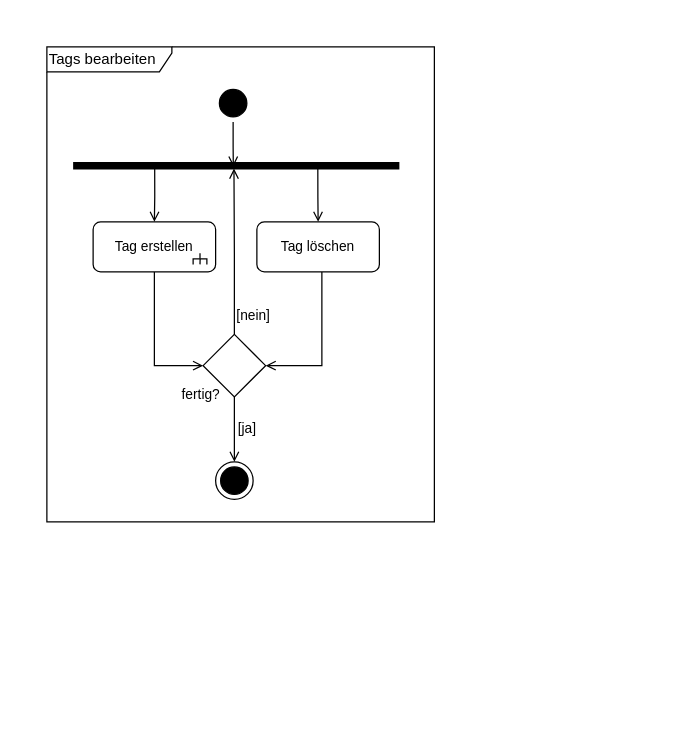
Before: 4_Entwurf/4_UML/4_UML_Aktivitätsdiagramme/Tags bearbeiten.drawio in annikalenneper/praxisprojekt_mi_bachelor_SoSe24, a draw.io diagram. Source tidied: cells renumbered, new cells numbered last; positions are measured from the earlier drawing's top-left corner, leaving out a move shared by most shapes. Both pictures are drawn from the tidied source at 125%, with x=0, y=0 at pixel (46, 46).
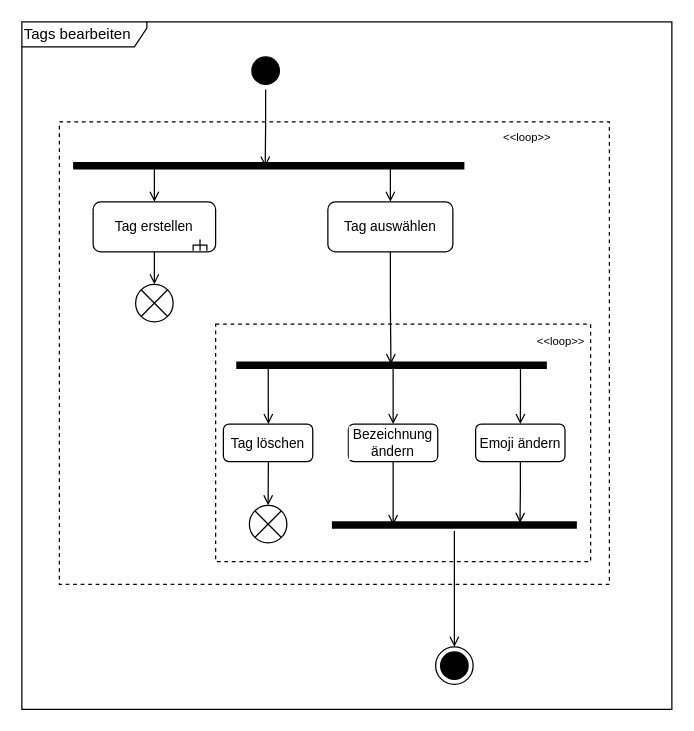
The same page after the edit.

Commit message:
changed decision/ merge to fork/ join

Change to the diagram source:
```diff
@@
-    <mxCell id="2" style="edgeStyle=orthogonalEdgeStyle;rounded=0;jettySize=auto;html=1;strokeColor=default;align=center;verticalAlign=middle;fontFamily=Helvetica;fontSize=11;fontColor=default;labelBackgroundColor=default;endArrow=open;endFill=0;entryX=0.507;entryY=0.267;entryDx=0;entryDy=0;entryPerimeter=0;" parent="1" edge="1" source="4" target="20">
-      <mxGeometry relative="1" as="geometry" />
-    </mxCell>
-    <mxCell id="3" style="edgeStyle=orthogonalEdgeStyle;rounded=0;jettySize=auto;html=1;entryX=0.5;entryY=0;entryDx=0;entryDy=0;strokeColor=default;align=center;verticalAlign=middle;fontFamily=Helvetica;fontSize=11;fontColor=default;labelBackgroundColor=default;endArrow=open;endFill=0;" parent="1" edge="1" source="4" target="16">
-      <mxGeometry relative="1" as="geometry" />
-    </mxCell>
-    <mxCell id="4" style="rhombus;whiteSpace=wrap;html=1;" parent="1" vertex="1">
-      <mxGeometry x="125" y="230" width="50" height="50" as="geometry" />
-    </mxCell>
-    <mxCell id="5" style="edgeStyle=orthogonalEdgeStyle;rounded=0;jettySize=auto;html=1;entryX=1;entryY=0.5;entryDx=0;entryDy=0;strokeColor=default;align=center;verticalAlign=middle;fontFamily=Helvetica;fontSize=11;fontColor=default;labelBackgroundColor=default;endArrow=open;endFill=0;" parent="1" edge="1" source="6" target="4">
-      <mxGeometry relative="1" as="geometry">
-        <Array as="points">
-          <mxPoint x="220" y="255" />
-        </Array>
-      </mxGeometry>
-    </mxCell>
-    <mxCell id="6" value="Tag löschen" style="rounded=1;whiteSpace=wrap;html=1;fontFamily=Helvetica;fontSize=11;fontColor=default;labelBackgroundColor=default;" parent="1" vertex="1">
-      <mxGeometry x="168" y="140" width="98" height="40" as="geometry" />
-    </mxCell>
-    <mxCell id="7" style="edgeStyle=orthogonalEdgeStyle;rounded=0;jettySize=auto;html=1;entryX=0;entryY=0.5;entryDx=0;entryDy=0;strokeColor=default;align=center;verticalAlign=middle;fontFamily=Helvetica;fontSize=11;fontColor=default;labelBackgroundColor=default;endArrow=open;endFill=0;" parent="1" edge="1" source="8" target="4">
-      <mxGeometry relative="1" as="geometry">
-        <Array as="points">
-          <mxPoint x="86" y="255" />
-        </Array>
-      </mxGeometry>
-    </mxCell>
+    <mxCell id="21" style="fontStyle=0;dashed=1;html=1;whiteSpace=wrap;fontFamily=Helvetica;fontSize=11;fontColor=default;labelBackgroundColor=none;textOpacity=0;fillColor=none;" parent="1" vertex="1">
+      <mxGeometry x="10" y="60" width="440" height="370" as="geometry" />
+    </mxCell>
+    <mxCell id="22" style="fontStyle=0;dashed=1;html=1;whiteSpace=wrap;fontFamily=Helvetica;fontSize=11;fontColor=default;labelBackgroundColor=none;textOpacity=0;fillColor=none;" parent="1" vertex="1">
+      <mxGeometry x="135" y="221.8" width="300" height="190" as="geometry" />
+    </mxCell>
+    <mxCell id="23" style="edgeStyle=orthogonalEdgeStyle;rounded=0;jettySize=auto;html=1;entryX=0.5;entryY=0;entryDx=0;entryDy=0;strokeColor=default;align=center;verticalAlign=middle;fontFamily=Helvetica;fontSize=11;fontColor=default;labelBackgroundColor=default;endArrow=open;endFill=0;" parent="1" edge="1" source="8" target="26">
+      <mxGeometry relative="1" as="geometry" />
+    </mxCell>
     <mxCell id="8" value="Tag erstellen" style="rounded=1;whiteSpace=wrap;html=1;fontFamily=Helvetica;fontSize=11;fontColor=default;labelBackgroundColor=default;" parent="1" vertex="1">
-      <mxGeometry x="37" y="140" width="98" height="40" as="geometry" />
+      <mxGeometry x="37" y="124" width="98" height="40" as="geometry" />
     </mxCell>
-    <mxCell id="9" value="fertig?" style="text;html=1;align=center;verticalAlign=middle;strokeColor=none;fillColor=none;fontFamily=Helvetica;fontSize=11;fontColor=default;labelBackgroundColor=default;" parent="1" vertex="1">
-      <mxGeometry x="98" y="263" width="50" height="30" as="geometry" />
-    </mxCell>
-    <mxCell id="10" value="[nein]" style="text;html=1;align=center;verticalAlign=middle;strokeColor=none;fillColor=none;fontFamily=Helvetica;fontSize=11;fontColor=default;labelBackgroundColor=default;" parent="1" vertex="1">
-      <mxGeometry x="140" y="200" width="50" height="30" as="geometry" />
-    </mxCell>
     <mxCell id="11" style="strokeWidth=1;html=1;shape=mxgraph.flowchart.annotation_2;align=left;labelPosition=right;rotation=90;fontFamily=Helvetica;fontSize=11;fontColor=default;labelBackgroundColor=default;" parent="1" vertex="1">
-      <mxGeometry x="118" y="164" width="9" height="11" as="geometry" />
+      <mxGeometry x="118" y="153" width="9" height="11" as="geometry" />
     </mxCell>
@@
     <mxCell id="13" value="Tags bearbeiten" style="shape=umlFrame;whiteSpace=wrap;html=1;width=100;height=20;align=left;" parent="1" vertex="1">
-      <mxGeometry width="310" height="380" as="geometry" />
+      <mxGeometry x="-20" y="-20" width="520" height="550" as="geometry" />
     </mxCell>
@@
     <mxCell id="15" style="ellipse;html=1;shape=startState;fillColor=#000000;strokeColor=#000000;" parent="1" vertex="1">
-      <mxGeometry x="134" y="30" width="30" height="30" as="geometry" />
+      <mxGeometry x="160" y="4" width="30" height="30" as="geometry" />
     </mxCell>
     <mxCell id="16" style="ellipse;html=1;shape=endState;fillColor=#000000;strokeColor=#000000;fontFamily=Helvetica;fontSize=11;fontColor=default;labelBackgroundColor=default;" parent="1" vertex="1">
-      <mxGeometry x="135" y="332" width="30" height="30" as="geometry" />
+      <mxGeometry x="311" y="480" width="30" height="30" as="geometry" />
     </mxCell>
-    <mxCell id="17" value="[ja]" style="text;html=1;align=center;verticalAlign=middle;strokeColor=none;fillColor=none;fontFamily=Helvetica;fontSize=11;fontColor=default;labelBackgroundColor=default;" parent="1" vertex="1">
-      <mxGeometry x="140" y="290" width="40" height="30" as="geometry" />
-    </mxCell>
-    <mxCell id="18" style="edgeStyle=orthogonalEdgeStyle;rounded=0;jettySize=auto;html=1;exitX=0.25;exitY=0.5;exitDx=0;exitDy=0;exitPerimeter=0;entryX=0.5;entryY=0;entryDx=0;entryDy=0;strokeColor=default;align=center;verticalAlign=middle;fontFamily=Helvetica;fontSize=11;fontColor=default;labelBackgroundColor=default;endArrow=open;endFill=0;" parent="1" edge="1" source="20" target="6">
-      <mxGeometry relative="1" as="geometry" />
-    </mxCell>
@@
+    <mxCell id="24" style="edgeStyle=orthogonalEdgeStyle;rounded=0;jettySize=auto;html=1;exitX=0.25;exitY=0.5;exitDx=0;exitDy=0;exitPerimeter=0;entryX=0.5;entryY=0;entryDx=0;entryDy=0;strokeColor=default;align=center;verticalAlign=middle;fontFamily=Helvetica;fontSize=11;fontColor=default;labelBackgroundColor=default;endArrow=open;endFill=0;" parent="1" edge="1" source="20" target="25">
+      <mxGeometry relative="1" as="geometry" />
+    </mxCell>
     <mxCell id="20" style="shape=line;html=1;strokeWidth=6;strokeColor=#000000;fillColor=#000000;fontFamily=Helvetica;fontSize=11;fontColor=default;labelBackgroundColor=default;rotation=-180;" parent="1" vertex="1">
-      <mxGeometry x="21" y="90" width="261" height="10" as="geometry" />
+      <mxGeometry x="21" y="90" width="313" height="10" as="geometry" />
     </mxCell>
+    <mxCell id="25" value="Tag auswählen" style="rounded=1;whiteSpace=wrap;html=1;fontFamily=Helvetica;fontSize=11;fontColor=default;labelBackgroundColor=default;" parent="1" vertex="1">
+      <mxGeometry x="224.8" y="124" width="100" height="40" as="geometry" />
+    </mxCell>
+    <mxCell id="26" style="shape=sumEllipse;perimeter=ellipsePerimeter;html=1;backgroundOutline=1;fontFamily=Helvetica;fontSize=11;fontColor=default;labelBackgroundColor=default;" parent="1" vertex="1">
+      <mxGeometry x="71" y="190" width="30" height="30" as="geometry" />
+    </mxCell>
+    <mxCell id="27" style="edgeStyle=orthogonalEdgeStyle;rounded=0;jettySize=auto;html=1;strokeColor=default;align=center;verticalAlign=middle;fontFamily=Helvetica;fontSize=11;fontColor=default;labelBackgroundColor=default;endArrow=open;endFill=0;entryX=0.498;entryY=0.402;entryDx=0;entryDy=0;entryPerimeter=0;" parent="1" edge="1" source="25" target="28">
+      <mxGeometry relative="1" as="geometry" />
+    </mxCell>
+    <mxCell id="28" style="shape=line;html=1;strokeWidth=6;strokeColor=#000000;fillColor=#000000;fontFamily=Helvetica;fontSize=11;fontColor=default;labelBackgroundColor=default;" parent="1" vertex="1">
+      <mxGeometry x="151.5" y="250" width="248.5" height="9.5" as="geometry" />
+    </mxCell>
+    <mxCell id="29" style="edgeStyle=orthogonalEdgeStyle;rounded=0;jettySize=auto;html=1;entryX=0.5;entryY=0;entryDx=0;entryDy=0;strokeColor=default;align=center;verticalAlign=middle;fontFamily=Helvetica;fontSize=11;fontColor=default;labelBackgroundColor=default;endArrow=open;endFill=0;" parent="1" edge="1" target="39">
+      <mxGeometry relative="1" as="geometry">
+        <mxPoint x="177.2" y="331.8" as="sourcePoint" />
+      </mxGeometry>
+    </mxCell>
+    <mxCell id="6" value="Tag löschen" style="rounded=1;whiteSpace=wrap;html=1;fontFamily=Helvetica;fontSize=11;fontColor=default;labelBackgroundColor=default;" parent="1" vertex="1">
+      <mxGeometry x="141.2" y="301.8" width="71.5" height="30" as="geometry" />
+    </mxCell>
+    <mxCell id="30" style="edgeStyle=orthogonalEdgeStyle;rounded=0;jettySize=auto;html=1;strokeColor=default;align=center;verticalAlign=middle;fontFamily=Helvetica;fontSize=11;fontColor=default;labelBackgroundColor=default;endArrow=open;endFill=0;exitX=0.505;exitY=0.472;exitDx=0;exitDy=0;exitPerimeter=0;" parent="1" edge="1" source="28" target="31">
+      <mxGeometry relative="1" as="geometry" />
+    </mxCell>
+    <mxCell id="31" value="Bezeichnung ändern" style="rounded=1;whiteSpace=wrap;html=1;fontFamily=Helvetica;fontSize=11;fontColor=default;labelBackgroundColor=default;" parent="1" vertex="1">
+      <mxGeometry x="241.2" y="301.8" width="71.5" height="30" as="geometry" />
+    </mxCell>
+    <mxCell id="32" value="Emoji ändern" style="rounded=1;whiteSpace=wrap;html=1;fontFamily=Helvetica;fontSize=11;fontColor=default;labelBackgroundColor=default;" parent="1" vertex="1">
+      <mxGeometry x="343" y="301.8" width="71.5" height="30" as="geometry" />
+    </mxCell>
+    <mxCell id="33" style="edgeStyle=orthogonalEdgeStyle;rounded=0;jettySize=auto;html=1;strokeColor=default;align=center;verticalAlign=middle;fontFamily=Helvetica;fontSize=11;fontColor=default;labelBackgroundColor=default;endArrow=open;endFill=0;exitX=0.915;exitY=0.416;exitDx=0;exitDy=0;exitPerimeter=0;" parent="1" edge="1" source="28" target="32">
+      <mxGeometry relative="1" as="geometry" />
+    </mxCell>
+    <mxCell id="34" style="edgeStyle=orthogonalEdgeStyle;rounded=0;jettySize=auto;html=1;strokeColor=default;align=center;verticalAlign=middle;fontFamily=Helvetica;fontSize=11;fontColor=default;labelBackgroundColor=default;endArrow=open;endFill=0;exitX=0.103;exitY=0.605;exitDx=0;exitDy=0;exitPerimeter=0;" parent="1" edge="1" source="28">
+      <mxGeometry relative="1" as="geometry">
+        <mxPoint x="177.2" y="301.8" as="targetPoint" />
+      </mxGeometry>
+    </mxCell>
+    <mxCell id="35" style="edgeStyle=orthogonalEdgeStyle;rounded=0;jettySize=auto;html=1;entryX=0.5;entryY=0;entryDx=0;entryDy=0;strokeColor=default;align=center;verticalAlign=middle;fontFamily=Helvetica;fontSize=11;fontColor=default;labelBackgroundColor=default;endArrow=open;endFill=0;" parent="1" edge="1" source="36" target="16">
+      <mxGeometry relative="1" as="geometry" />
+    </mxCell>
+    <mxCell id="36" style="shape=line;html=1;strokeWidth=6;strokeColor=#000000;fillColor=#000000;fontFamily=Helvetica;fontSize=11;fontColor=default;labelBackgroundColor=default;" parent="1" vertex="1">
+      <mxGeometry x="228" y="377.8" width="196" height="9.5" as="geometry" />
+    </mxCell>
+    <mxCell id="37" style="edgeStyle=orthogonalEdgeStyle;rounded=0;jettySize=auto;html=1;entryX=0.768;entryY=0.323;entryDx=0;entryDy=0;entryPerimeter=0;strokeColor=default;align=center;verticalAlign=middle;fontFamily=Helvetica;fontSize=11;fontColor=default;labelBackgroundColor=default;endArrow=open;endFill=0;" parent="1" edge="1" source="32" target="36">
+      <mxGeometry relative="1" as="geometry" />
+    </mxCell>
+    <mxCell id="38" style="edgeStyle=orthogonalEdgeStyle;rounded=0;jettySize=auto;html=1;entryX=0.25;entryY=0.5;entryDx=0;entryDy=0;entryPerimeter=0;strokeColor=default;align=center;verticalAlign=middle;fontFamily=Helvetica;fontSize=11;fontColor=default;labelBackgroundColor=default;endArrow=open;endFill=0;" parent="1" edge="1" source="31" target="36">
+      <mxGeometry relative="1" as="geometry" />
+    </mxCell>
+    <mxCell id="39" style="shape=sumEllipse;perimeter=ellipsePerimeter;html=1;backgroundOutline=1;fontFamily=Helvetica;fontSize=11;fontColor=default;labelBackgroundColor=default;" parent="1" vertex="1">
+      <mxGeometry x="162" y="366.8" width="30" height="30" as="geometry" />
+    </mxCell>
+    <mxCell id="40" value="&lt;font style=&quot;font-size: 9px;&quot;&gt;&amp;lt;&amp;lt;loop&amp;gt;&amp;gt;&lt;/font&gt;" style="text;html=1;align=center;verticalAlign=middle;strokeColor=none;fillColor=none;fontFamily=Helvetica;fontSize=11;fontColor=default;labelBackgroundColor=default;" parent="1" vertex="1">
+      <mxGeometry x="354" y="57" width="60" height="30" as="geometry" />
+    </mxCell>
+    <mxCell id="41" value="&lt;font style=&quot;font-size: 9px;&quot;&gt;&amp;lt;&amp;lt;loop&amp;gt;&amp;gt;&lt;/font&gt;" style="text;html=1;align=center;verticalAlign=middle;strokeColor=none;fillColor=none;fontFamily=Helvetica;fontSize=11;fontColor=default;labelBackgroundColor=default;" parent="1" vertex="1">
+      <mxGeometry x="381" y="220" width="60" height="30" as="geometry" />
+    </mxCell>
```
